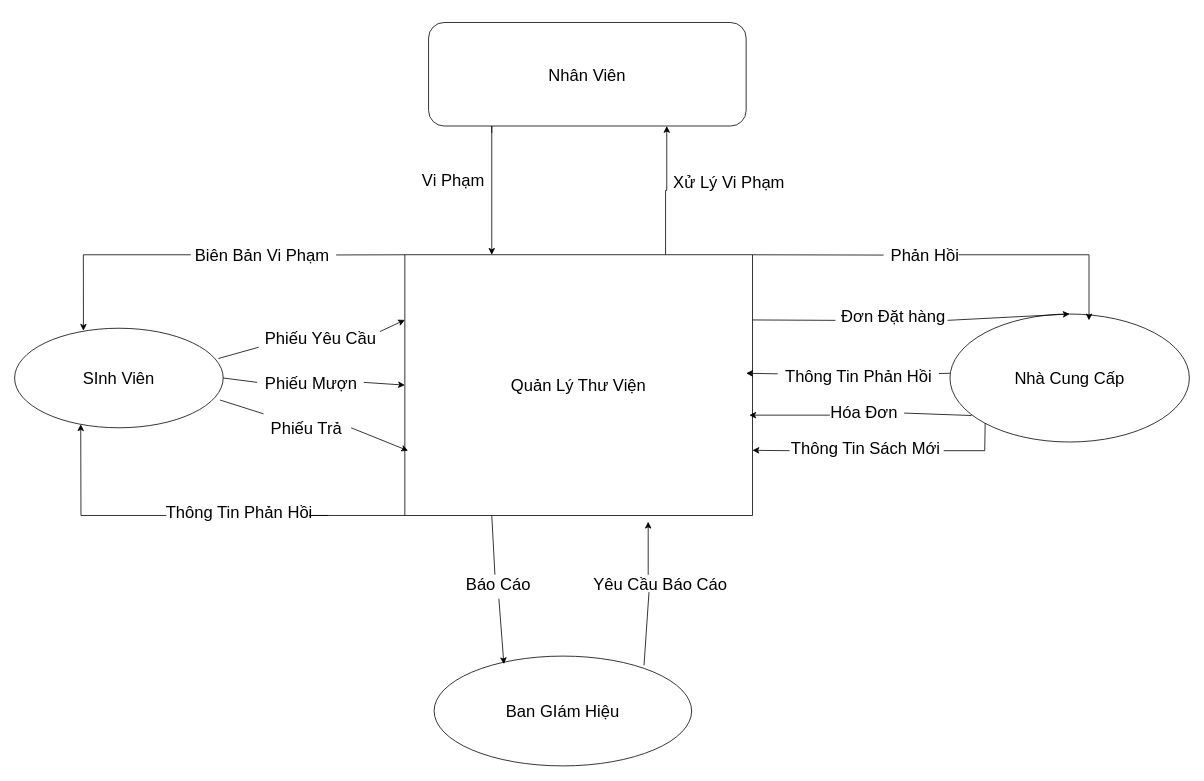
Earlier version of the draw.io diagram Biểu đồ không có tiêu đề.drawio (Ngoxuanquy/PHP). Source tidied: cells renumbered, new cells numbered last; positions are measured from the earlier drawing's top-left corner, leaving out a move shared by most shapes. Both pictures are drawn from the tidied source at 79%, with x=0, y=0 at pixel (14, 22).
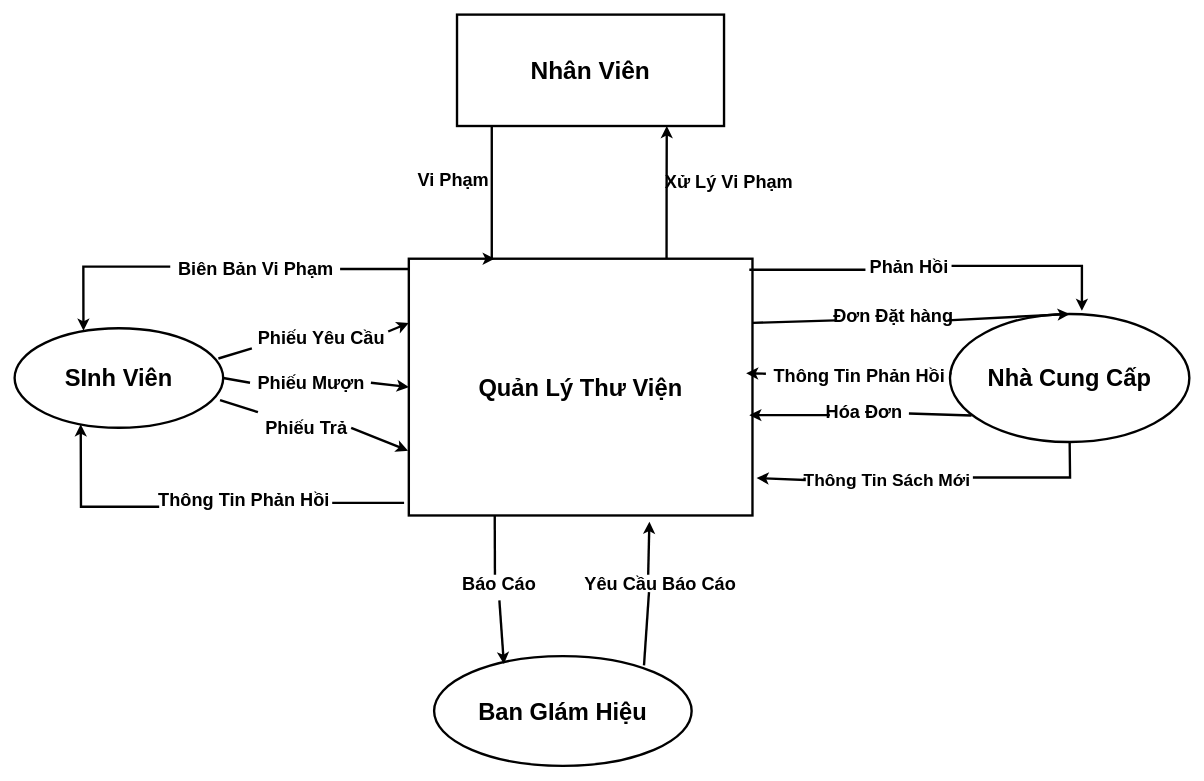
The same page after the edit.

Change to the diagram source:
```diff
@@
-    <mxCell id="2" style="edgeStyle=orthogonalEdgeStyle;rounded=0;jettySize=auto;html=1;exitX=0.75;exitY=0;exitDx=0;exitDy=0;entryX=0.75;entryY=1;entryDx=0;entryDy=0;fontSize=21;" parent="1" edge="1" source="3" target="5">
-      <mxGeometry relative="1" as="geometry" />
+    <mxCell id="2" style="edgeStyle=orthogonalEdgeStyle;rounded=0;jettySize=auto;html=1;exitX=0.75;exitY=0;exitDx=0;exitDy=0;entryX=0.75;entryY=1;entryDx=0;entryDy=0;fontSize=21;strokeWidth=3;" parent="1" edge="1" source="3">
+      <mxGeometry relative="1" as="geometry">
+        <mxPoint x="825.5" y="131" as="targetPoint" />
+      </mxGeometry>
     </mxCell>
-    <mxCell id="3" value="Quản Lý Thư Viện" style="rounded=0;whiteSpace=wrap;html=1;fontSize=21;" parent="1" vertex="1">
-      <mxGeometry x="494" y="294" width="440" height="330" as="geometry" />
+    <mxCell id="3" value="&lt;b&gt;&lt;font style=&quot;font-size: 30px;&quot;&gt;Quản Lý Thư Viện&lt;/font&gt;&lt;/b&gt;" style="rounded=0;whiteSpace=wrap;html=1;fontSize=21;strokeWidth=3;" parent="1" vertex="1">
+      <mxGeometry x="499" y="299" width="435" height="325" as="geometry" />
     </mxCell>
-    <mxCell id="4" style="edgeStyle=orthogonalEdgeStyle;rounded=0;jettySize=auto;html=1;fontSize=21;entryX=0.25;entryY=0;entryDx=0;entryDy=0;" parent="1" edge="1" target="3">
+    <mxCell id="4" style="edgeStyle=orthogonalEdgeStyle;rounded=0;jettySize=auto;html=1;fontSize=21;entryX=0.25;entryY=0;entryDx=0;entryDy=0;strokeWidth=3;" parent="1" edge="1" target="3">
       <mxGeometry relative="1" as="geometry">
         <mxPoint x="604" y="140" as="sourcePoint" />
         <Array as="points">
           <mxPoint x="604" y="124" />
           <mxPoint x="604" y="124" />
         </Array>
       </mxGeometry>
     </mxCell>
-    <mxCell id="5" value="Nhân Viên" style="rounded=1;whiteSpace=wrap;html=1;fontSize=21;" parent="1" vertex="1">
-      <mxGeometry x="524" width="402" height="131" as="geometry" />
-    </mxCell>
-    <mxCell id="6" value="SInh Viên" style="ellipse;whiteSpace=wrap;html=1;fontSize=21;" parent="1" vertex="1">
+    <mxCell id="6" value="&lt;font style=&quot;font-size: 30px;&quot;&gt;&lt;b&gt;SInh Viên&lt;/b&gt;&lt;/font&gt;" style="ellipse;whiteSpace=wrap;html=1;fontSize=21;strokeWidth=3;" parent="1" vertex="1">
       <mxGeometry y="387" width="264" height="126" as="geometry" />
     </mxCell>
-    <mxCell id="7" value="Nhà Cung Cấp" style="ellipse;whiteSpace=wrap;html=1;fontSize=21;" parent="1" vertex="1">
+    <mxCell id="7" value="&lt;b&gt;&lt;font style=&quot;font-size: 30px;&quot;&gt;Nhà Cung Cấp&lt;/font&gt;&lt;/b&gt;" style="ellipse;whiteSpace=wrap;html=1;fontSize=21;strokeWidth=3;" parent="1" vertex="1">
       <mxGeometry x="1184" y="369" width="303" height="162" as="geometry" />
     </mxCell>
-    <mxCell id="8" value="Ban GIám Hiệu" style="ellipse;whiteSpace=wrap;html=1;fontSize=21;" parent="1" vertex="1">
+    <mxCell id="8" value="&lt;font style=&quot;font-size: 30px;&quot;&gt;&lt;b&gt;Ban GIám Hiệu&lt;/b&gt;&lt;/font&gt;" style="ellipse;whiteSpace=wrap;html=1;fontSize=21;strokeWidth=3;" parent="1" vertex="1">
       <mxGeometry x="531" y="802" width="326" height="139" as="geometry" />
     </mxCell>
-    <mxCell id="9" style="endArrow=classic;html=1;rounded=0;fontSize=21;entryX=0;entryY=0.5;entryDx=0;entryDy=0;exitX=1;exitY=0.5;exitDx=0;exitDy=0;startArrow=none;" parent="1" edge="1" source="44" target="3">
+    <mxCell id="9" style="endArrow=classic;html=1;rounded=0;fontSize=21;entryX=0;entryY=0.5;entryDx=0;entryDy=0;exitX=1;exitY=0.5;exitDx=0;exitDy=0;startArrow=none;strokeWidth=3;" parent="1" edge="1" source="44" target="3">
       <mxGeometry relative="1" as="geometry" />
     </mxCell>
-    <mxCell id="10" style="endArrow=classic;html=1;rounded=0;fontSize=21;exitX=0.977;exitY=0.304;exitDx=0;exitDy=0;exitPerimeter=0;entryX=0;entryY=0.25;entryDx=0;entryDy=0;startArrow=none;" parent="1" edge="1" source="42" target="3">
+    <mxCell id="10" style="endArrow=classic;html=1;rounded=0;fontSize=21;exitX=0.977;exitY=0.304;exitDx=0;exitDy=0;exitPerimeter=0;entryX=0;entryY=0.25;entryDx=0;entryDy=0;startArrow=none;strokeWidth=3;" parent="1" edge="1" source="42" target="3">
       <mxGeometry relative="1" as="geometry" />
     </mxCell>
-    <mxCell id="11" style="endArrow=classic;html=1;rounded=0;fontSize=21;startArrow=none;" parent="1" edge="1">
+    <mxCell id="11" style="endArrow=classic;html=1;rounded=0;fontSize=21;startArrow=none;strokeWidth=3;" parent="1" edge="1">
       <mxGeometry relative="1" as="geometry">
         <mxPoint x="426" y="513" as="sourcePoint" />
         <mxPoint x="498" y="542" as="targetPoint" />
       </mxGeometry>
     </mxCell>
-    <mxCell id="12" style="endArrow=classic;html=1;rounded=0;fontSize=21;entryX=0.5;entryY=0;entryDx=0;entryDy=0;startArrow=none;" parent="1" edge="1" target="7">
+    <mxCell id="12" style="endArrow=classic;html=1;rounded=0;fontSize=21;entryX=0.5;entryY=0;entryDx=0;entryDy=0;startArrow=none;strokeWidth=3;" parent="1" edge="1" target="7">
       <mxGeometry relative="1" as="geometry">
         <mxPoint x="1181" y="377" as="sourcePoint" />
       </mxGeometry>
     </mxCell>
-    <mxCell id="13" style="endArrow=classic;html=1;rounded=0;fontSize=21;exitX=0.51;exitY=1.011;exitDx=0;exitDy=0;entryX=0.271;entryY=0.073;entryDx=0;entryDy=0;entryPerimeter=0;startArrow=none;exitPerimeter=0;" parent="1" edge="1" source="34" target="8">
+    <mxCell id="13" style="endArrow=classic;html=1;rounded=0;fontSize=21;exitX=0.51;exitY=1.011;exitDx=0;exitDy=0;entryX=0.271;entryY=0.073;entryDx=0;entryDy=0;entryPerimeter=0;startArrow=none;exitPerimeter=0;strokeWidth=3;" parent="1" edge="1" source="34" target="8">
       <mxGeometry relative="1" as="geometry" />
     </mxCell>
-    <mxCell id="14" style="endArrow=classic;html=1;rounded=0;fontSize=21;entryX=0.7;entryY=1.024;entryDx=0;entryDy=0;startArrow=none;entryPerimeter=0;" parent="1" edge="1" target="3">
+    <mxCell id="14" style="endArrow=classic;html=1;rounded=0;fontSize=21;entryX=0.7;entryY=1.024;entryDx=0;entryDy=0;startArrow=none;entryPerimeter=0;strokeWidth=3;" parent="1" edge="1" target="3">
       <mxGeometry relative="1" as="geometry">
         <mxPoint x="802" y="699" as="sourcePoint" />
       </mxGeometry>
     </mxCell>
-    <mxCell id="15" style="endArrow=classic;html=1;rounded=0;fontSize=21;startArrow=none;" parent="1" edge="1" source="26">
+    <mxCell id="15" style="endArrow=classic;html=1;rounded=0;fontSize=21;startArrow=none;strokeWidth=3;" parent="1" edge="1" source="26">
       <mxGeometry relative="1" as="geometry">
         <mxPoint x="926" y="444" as="targetPoint" />
       </mxGeometry>
     </mxCell>
-    <mxCell id="16" style="endArrow=classic;html=1;rounded=0;fontSize=21;startArrow=none;" parent="1" edge="1">
+    <mxCell id="16" style="endArrow=classic;html=1;rounded=0;fontSize=21;startArrow=none;strokeWidth=3;" parent="1" edge="1">
       <mxGeometry relative="1" as="geometry">
         <mxPoint x="1032" y="497" as="sourcePoint" />
         <mxPoint x="930" y="497" as="targetPoint" />
       </mxGeometry>
     </mxCell>
-    <mxCell id="17" style="endArrow=classic;html=1;rounded=0;fontSize=21;entryX=1;entryY=0.75;entryDx=0;entryDy=0;startArrow=none;" parent="1" edge="1" target="3">
+    <mxCell id="17" style="endArrow=classic;html=1;rounded=0;fontSize=21;entryX=1.012;entryY=0.854;entryDx=0;entryDy=0;startArrow=none;strokeWidth=3;entryPerimeter=0;" parent="1" edge="1" target="3">
       <mxGeometry relative="1" as="geometry">
-        <mxPoint x="981" y="542" as="sourcePoint" />
+        <mxPoint x="1000" y="576" as="sourcePoint" />
+        <Array as="points">
+          <mxPoint x="1000" y="579" />
+        </Array>
       </mxGeometry>
     </mxCell>
-    <mxCell id="18" style="endArrow=classic;html=1;rounded=0;fontSize=21;startArrow=none;" parent="1" edge="1">
+    <mxCell id="18" style="endArrow=classic;html=1;rounded=0;fontSize=21;startArrow=none;strokeWidth=3;" parent="1" edge="1">
       <mxGeometry relative="1" as="geometry">
-        <mxPoint x="1195" y="294" as="sourcePoint" />
-        <mxPoint x="1360" y="377" as="targetPoint" />
+        <mxPoint x="1186" y="308" as="sourcePoint" />
+        <mxPoint x="1351" y="365" as="targetPoint" />
         <Array as="points">
-          <mxPoint x="1360" y="294" />
+          <mxPoint x="1351" y="308" />
         </Array>
       </mxGeometry>
     </mxCell>
-    <mxCell id="19" style="endArrow=classic;html=1;rounded=0;fontSize=21;entryX=0.33;entryY=0.025;entryDx=0;entryDy=0;entryPerimeter=0;startArrow=none;" parent="1" edge="1" target="6">
+    <mxCell id="19" style="endArrow=classic;html=1;rounded=0;fontSize=21;entryX=0.33;entryY=0.025;entryDx=0;entryDy=0;entryPerimeter=0;startArrow=none;strokeWidth=3;" parent="1" edge="1" target="6">
       <mxGeometry relative="1" as="geometry">
-        <mxPoint x="223" y="294" as="sourcePoint" />
+        <mxPoint x="197" y="309" as="sourcePoint" />
         <Array as="points">
-          <mxPoint x="87" y="294" />
+          <mxPoint x="139" y="309" />
+          <mxPoint x="87" y="309" />
         </Array>
       </mxGeometry>
     </mxCell>
-    <mxCell id="20" style="endArrow=classic;html=1;rounded=0;fontSize=21;entryX=0.317;entryY=0.965;entryDx=0;entryDy=0;entryPerimeter=0;startArrow=none;" parent="1" edge="1" target="6">
+    <mxCell id="20" style="endArrow=classic;html=1;rounded=0;fontSize=21;entryX=0.317;entryY=0.965;entryDx=0;entryDy=0;entryPerimeter=0;startArrow=none;strokeWidth=3;" parent="1" edge="1" target="6">
       <mxGeometry relative="1" as="geometry">
-        <mxPoint x="192" y="624" as="sourcePoint" />
+        <mxPoint x="183" y="613" as="sourcePoint" />
         <Array as="points">
-          <mxPoint x="84" y="624" />
+          <mxPoint x="84" y="613" />
         </Array>
       </mxGeometry>
     </mxCell>
-    <mxCell id="21" value="Xử Lý Vi Phạm" style="text;html=1;align=center;verticalAlign=middle;strokeColor=none;fillColor=none;fontSize=21;" parent="1" vertex="1">
-      <mxGeometry x="824" y="183" width="159" height="37" as="geometry" />
+    <mxCell id="21" value="Xử Lý Vi Phạm" style="text;html=1;align=center;verticalAlign=middle;strokeColor=none;fillColor=none;fontSize=23;strokeWidth=3;fontStyle=1;" parent="1" vertex="1">
+      <mxGeometry x="814" y="182" width="180" height="40" as="geometry" />
     </mxCell>
-    <mxCell id="22" value="Vi Phạm" style="text;html=1;align=center;verticalAlign=middle;strokeColor=none;fillColor=none;fontSize=21;" parent="1" vertex="1">
-      <mxGeometry x="506" y="180" width="97" height="37" as="geometry" />
+    <mxCell id="22" value="Vi Phạm" style="text;html=1;align=center;verticalAlign=middle;strokeColor=none;fillColor=none;fontSize=23;strokeWidth=3;fontStyle=1;" parent="1" vertex="1">
+      <mxGeometry x="501" y="180" width="108" height="40" as="geometry" />
     </mxCell>
-    <mxCell id="23" style="endArrow=none;html=1;rounded=0;fontSize=21;exitX=0.09;exitY=0.793;exitDx=0;exitDy=0;exitPerimeter=0;" parent="1" edge="1" source="7" target="24">
+    <mxCell id="23" style="endArrow=none;html=1;rounded=0;fontSize=21;exitX=0.09;exitY=0.793;exitDx=0;exitDy=0;exitPerimeter=0;strokeWidth=3;" parent="1" edge="1" source="7" target="24">
       <mxGeometry relative="1" as="geometry" />
     </mxCell>
-    <mxCell id="24" value="Hóa Đơn" style="text;html=1;align=center;verticalAlign=middle;points=[];strokeColor=none;fillColor=none;fontSize=21;" parent="1" vertex="1">
-      <mxGeometry x="1023" y="474" width="103" height="37" as="geometry" />
+    <mxCell id="24" value="Hóa Đơn" style="text;html=1;align=center;verticalAlign=middle;points=[];strokeColor=none;fillColor=none;fontSize=23;strokeWidth=3;fontStyle=1;" parent="1" vertex="1">
+      <mxGeometry x="1017" y="473" width="115" height="40" as="geometry" />
     </mxCell>
-    <mxCell id="25" style="endArrow=none;html=1;rounded=0;fontSize=21;" parent="1" edge="1" target="26">
+    <mxCell id="25" style="endArrow=none;html=1;rounded=0;fontSize=21;strokeWidth=3;" parent="1" edge="1" target="26">
       <mxGeometry relative="1" as="geometry">
         <mxPoint x="1184" y="444" as="sourcePoint" />
       </mxGeometry>
     </mxCell>
-    <mxCell id="26" value="Thông Tin Phản Hồi" style="text;html=1;align=center;verticalAlign=middle;points=[];strokeColor=none;fillColor=none;fontSize=21;" parent="1" vertex="1">
-      <mxGeometry x="966" y="428" width="204" height="37" as="geometry" />
+    <mxCell id="26" value="Thông Tin Phản Hồi" style="text;html=1;align=center;verticalAlign=middle;points=[];strokeColor=none;fillColor=none;fontSize=23;strokeWidth=3;fontStyle=1;" parent="1" vertex="1">
+      <mxGeometry x="951" y="427" width="235" height="40" as="geometry" />
     </mxCell>
-    <mxCell id="27" style="endArrow=none;html=1;rounded=0;fontSize=21;exitX=0;exitY=1;exitDx=0;exitDy=0;" parent="1" edge="1" source="7">
+    <mxCell id="27" style="endArrow=none;html=1;rounded=0;fontSize=21;exitX=0.5;exitY=1;exitDx=0;exitDy=0;strokeWidth=3;" parent="1" edge="1" source="7">
       <mxGeometry relative="1" as="geometry">
-        <mxPoint x="1176" y="542" as="targetPoint" />
+        <mxPoint x="1213" y="576" as="targetPoint" />
         <Array as="points">
-          <mxPoint x="1228" y="542" />
+          <mxPoint x="1336" y="576" />
         </Array>
       </mxGeometry>
     </mxCell>
-    <mxCell id="28" value="Thông Tin Sách Mới" style="text;html=1;align=center;verticalAlign=middle;strokeColor=none;fillColor=none;fontSize=21;" parent="1" vertex="1">
-      <mxGeometry x="973" y="520" width="207" height="37" as="geometry" />
+    <mxCell id="28" value="&lt;font style=&quot;font-size: 22px;&quot;&gt;&lt;b&gt;Thông Tin Sách Mới&lt;/b&gt;&lt;/font&gt;" style="text;html=1;align=center;verticalAlign=middle;strokeColor=none;fillColor=none;fontSize=26;strokeWidth=3;" parent="1" vertex="1">
+      <mxGeometry x="989" y="556" width="229" height="43" as="geometry" />
     </mxCell>
-    <mxCell id="29" style="endArrow=none;html=1;rounded=0;fontSize=21;exitX=1;exitY=0;exitDx=0;exitDy=0;" parent="1" edge="1" source="3" target="30">
-      <mxGeometry relative="1" as="geometry" />
+    <mxCell id="29" style="endArrow=none;html=1;rounded=0;fontSize=21;strokeWidth=3;" parent="1" edge="1">
+      <mxGeometry relative="1" as="geometry">
+        <mxPoint x="930" y="313" as="sourcePoint" />
+        <mxPoint x="1077" y="313" as="targetPoint" />
+      </mxGeometry>
     </mxCell>
-    <mxCell id="30" value="Phản Hồi" style="text;html=1;align=center;verticalAlign=middle;points=[];strokeColor=none;fillColor=none;fontSize=21;" parent="1" vertex="1">
-      <mxGeometry x="1100" y="276" width="104" height="37" as="geometry" />
+    <mxCell id="30" value="&lt;font style=&quot;font-size: 23px;&quot;&gt;&lt;b&gt;Phản Hồi&lt;/b&gt;&lt;/font&gt;" style="text;html=1;align=center;verticalAlign=middle;points=[];strokeColor=none;fillColor=none;fontSize=21;strokeWidth=3;" parent="1" vertex="1">
+      <mxGeometry x="1073" y="290" width="118" height="40" as="geometry" />
     </mxCell>
-    <mxCell id="31" style="endArrow=none;html=1;rounded=0;fontSize=21;exitX=1;exitY=0.25;exitDx=0;exitDy=0;" parent="1" edge="1" source="3">
+    <mxCell id="31" style="endArrow=none;html=1;rounded=0;fontSize=21;exitX=1;exitY=0.25;exitDx=0;exitDy=0;strokeWidth=3;" parent="1" edge="1" source="3">
       <mxGeometry relative="1" as="geometry">
         <mxPoint x="1039" y="377" as="targetPoint" />
       </mxGeometry>
     </mxCell>
-    <mxCell id="32" value="Đơn Đặt hàng" style="text;html=1;align=center;verticalAlign=middle;strokeColor=none;fillColor=none;fontSize=21;" parent="1" vertex="1">
-      <mxGeometry x="1037" y="352" width="150" height="37" as="geometry" />
+    <mxCell id="32" value="&lt;font style=&quot;font-size: 23px;&quot;&gt;&lt;b&gt;Đơn Đặt hàng&lt;/b&gt;&lt;/font&gt;" style="text;html=1;align=center;verticalAlign=middle;strokeColor=none;fillColor=none;fontSize=21;strokeWidth=3;" parent="1" vertex="1">
+      <mxGeometry x="1027" y="351" width="170" height="40" as="geometry" />
     </mxCell>
-    <mxCell id="33" style="endArrow=none;html=1;rounded=0;fontSize=21;exitX=0.25;exitY=1;exitDx=0;exitDy=0;" parent="1" edge="1" source="3">
+    <mxCell id="33" style="endArrow=none;html=1;rounded=0;fontSize=21;exitX=0.25;exitY=1;exitDx=0;exitDy=0;strokeWidth=3;" parent="1" edge="1" source="3">
       <mxGeometry relative="1" as="geometry">
         <mxPoint x="608" y="699" as="targetPoint" />
       </mxGeometry>
     </mxCell>
-    <mxCell id="34" value="Báo Cáo" style="text;html=1;align=center;verticalAlign=middle;points=[];strokeColor=none;fillColor=none;fontSize=21;" parent="1" vertex="1">
-      <mxGeometry x="562" y="692" width="100" height="37" as="geometry" />
+    <mxCell id="34" value="Báo Cáo" style="text;html=1;align=center;verticalAlign=middle;points=[];strokeColor=none;fillColor=none;fontSize=23;strokeWidth=3;fontStyle=1;" parent="1" vertex="1">
+      <mxGeometry x="557" y="691" width="111" height="40" as="geometry" />
     </mxCell>
-    <mxCell id="35" style="endArrow=none;html=1;rounded=0;fontSize=21;exitX=0.815;exitY=0.085;exitDx=0;exitDy=0;exitPerimeter=0;" parent="1" edge="1" source="8">
+    <mxCell id="35" style="endArrow=none;html=1;rounded=0;fontSize=21;exitX=0.815;exitY=0.085;exitDx=0;exitDy=0;exitPerimeter=0;strokeWidth=3;" parent="1" edge="1" source="8">
       <mxGeometry relative="1" as="geometry">
         <mxPoint x="803" y="721" as="targetPoint" />
       </mxGeometry>
     </mxCell>
-    <mxCell id="36" value="Yêu Cầu Báo Cáo" style="text;html=1;align=center;verticalAlign=middle;strokeColor=none;fillColor=none;fontSize=21;" parent="1" vertex="1">
-      <mxGeometry x="723" y="692" width="187" height="37" as="geometry" />
+    <mxCell id="36" value="Yêu Cầu Báo Cáo" style="text;html=1;align=center;verticalAlign=middle;strokeColor=none;fillColor=none;fontSize=23;strokeWidth=3;fontStyle=1;" parent="1" vertex="1">
+      <mxGeometry x="712" y="691" width="210" height="40" as="geometry" />
     </mxCell>
-    <mxCell id="37" style="endArrow=none;html=1;rounded=0;fontSize=21;exitX=0;exitY=0;exitDx=0;exitDy=0;" parent="1" edge="1" source="3" target="38">
-      <mxGeometry relative="1" as="geometry" />
+    <mxCell id="37" style="endArrow=none;html=1;rounded=0;fontSize=21;strokeWidth=3;" parent="1" edge="1" target="38">
+      <mxGeometry relative="1" as="geometry">
+        <mxPoint x="498" y="312" as="sourcePoint" />
+      </mxGeometry>
     </mxCell>
-    <mxCell id="38" value="Biên Bản Vi Phạm" style="text;html=1;align=center;verticalAlign=middle;points=[];strokeColor=none;fillColor=none;fontSize=21;" parent="1" vertex="1">
-      <mxGeometry x="219" y="276" width="188" height="37" as="geometry" />
+    <mxCell id="38" value="&lt;font style=&quot;font-size: 23px;&quot;&gt;&lt;b&gt;Biên Bản Vi Phạm&lt;/b&gt;&lt;/font&gt;" style="text;html=1;align=center;verticalAlign=middle;points=[];strokeColor=none;fillColor=none;fontSize=21;strokeWidth=3;" parent="1" vertex="1">
+      <mxGeometry x="198" y="292" width="214" height="40" as="geometry" />
     </mxCell>
-    <mxCell id="39" style="endArrow=none;html=1;rounded=0;fontSize=21;exitX=0;exitY=1;exitDx=0;exitDy=0;" parent="1" edge="1" source="3">
+    <mxCell id="39" style="endArrow=none;html=1;rounded=0;fontSize=21;strokeWidth=3;" parent="1" edge="1">
       <mxGeometry relative="1" as="geometry">
-        <mxPoint x="397" y="624" as="targetPoint" />
-        <Array as="points">
-          <mxPoint x="373" y="624" />
-        </Array>
+        <mxPoint x="493" y="608" as="sourcePoint" />
+        <mxPoint x="402" y="608" as="targetPoint" />
       </mxGeometry>
     </mxCell>
-    <mxCell id="40" value="Thông Tin Phản Hồi" style="text;html=1;align=center;verticalAlign=middle;strokeColor=none;fillColor=none;fontSize=21;" parent="1" vertex="1">
-      <mxGeometry x="182" y="601" width="204" height="37" as="geometry" />
+    <mxCell id="40" value="&lt;font style=&quot;font-size: 23px;&quot;&gt;&lt;b&gt;Thông Tin Phản Hồi&lt;/b&gt;&lt;/font&gt;" style="text;html=1;align=center;verticalAlign=middle;strokeColor=none;fillColor=none;fontSize=21;strokeWidth=3;" parent="1" vertex="1">
+      <mxGeometry x="172" y="584" width="235" height="40" as="geometry" />
     </mxCell>
-    <mxCell id="41" style="endArrow=none;html=1;rounded=0;fontSize=21;exitX=0.977;exitY=0.304;exitDx=0;exitDy=0;exitPerimeter=0;entryX=0.013;entryY=0.838;entryDx=0;entryDy=0;entryPerimeter=0;" parent="1" edge="1" source="6" target="42">
+    <mxCell id="41" style="endArrow=none;html=1;rounded=0;fontSize=21;exitX=0.977;exitY=0.304;exitDx=0;exitDy=0;exitPerimeter=0;entryX=0.013;entryY=0.838;entryDx=0;entryDy=0;entryPerimeter=0;strokeWidth=3;" parent="1" edge="1" source="6" target="42">
       <mxGeometry relative="1" as="geometry" />
     </mxCell>
-    <mxCell id="42" value="Phiếu Yêu Cầu" style="text;html=1;align=center;verticalAlign=middle;points=[];strokeColor=none;fillColor=none;fontSize=21;" parent="1" vertex="1">
-      <mxGeometry x="307" y="380" width="159" height="37" as="geometry" />
+    <mxCell id="42" value="Phiếu Yêu Cầu" style="text;html=1;align=center;verticalAlign=middle;points=[];strokeColor=none;fillColor=none;fontSize=23;strokeWidth=3;fontStyle=1;" parent="1" vertex="1">
+      <mxGeometry x="298" y="379" width="179" height="40" as="geometry" />
     </mxCell>
-    <mxCell id="43" style="endArrow=none;html=1;rounded=0;fontSize=21;entryX=0;entryY=0.5;entryDx=0;entryDy=0;exitX=1;exitY=0.5;exitDx=0;exitDy=0;" parent="1" edge="1" source="6" target="44">
+    <mxCell id="43" style="endArrow=none;html=1;rounded=0;fontSize=21;entryX=0;entryY=0.5;entryDx=0;entryDy=0;exitX=1;exitY=0.5;exitDx=0;exitDy=0;strokeWidth=3;" parent="1" edge="1" source="6" target="44">
       <mxGeometry relative="1" as="geometry" />
     </mxCell>
-    <mxCell id="44" value="Phiếu Mượn" style="text;html=1;align=center;verticalAlign=middle;points=[];strokeColor=none;fillColor=none;fontSize=21;" parent="1" vertex="1">
-      <mxGeometry x="307" y="437" width="135" height="37" as="geometry" />
+    <mxCell id="44" value="&lt;font style=&quot;font-size: 23px;&quot;&gt;&lt;b&gt;Phiếu Mượn&lt;/b&gt;&lt;/font&gt;" style="text;html=1;align=center;verticalAlign=middle;points=[];strokeColor=none;fillColor=none;fontSize=21;strokeWidth=3;" parent="1" vertex="1">
+      <mxGeometry x="298" y="436" width="153" height="40" as="geometry" />
     </mxCell>
-    <mxCell id="45" style="endArrow=none;html=1;rounded=0;fontSize=21;exitX=0.985;exitY=0.721;exitDx=0;exitDy=0;exitPerimeter=0;" parent="1" edge="1" source="6" target="46">
+    <mxCell id="45" style="endArrow=none;html=1;rounded=0;fontSize=21;exitX=0.985;exitY=0.721;exitDx=0;exitDy=0;exitPerimeter=0;strokeWidth=3;" parent="1" edge="1" source="6" target="46">
       <mxGeometry relative="1" as="geometry" />
     </mxCell>
-    <mxCell id="46" value="Phiếu Trả" style="text;html=1;align=center;verticalAlign=middle;points=[];strokeColor=none;fillColor=none;fontSize=21;" parent="1" vertex="1">
-      <mxGeometry x="315" y="494" width="108" height="37" as="geometry" />
+    <mxCell id="46" value="Phiếu Trả" style="text;html=1;align=center;verticalAlign=middle;points=[];strokeColor=none;fillColor=none;fontSize=23;strokeWidth=3;fontStyle=1;" parent="1" vertex="1">
+      <mxGeometry x="308" y="493" width="122" height="40" as="geometry" />
     </mxCell>
+    <mxCell id="5" value="&lt;b&gt;&lt;font style=&quot;font-size: 31px;&quot;&gt;Nhân Viên&lt;/font&gt;&lt;/b&gt;" style="rounded=0;whiteSpace=wrap;html=1;strokeWidth=3;fontSize=28;" parent="1" vertex="1">
+      <mxGeometry x="560" y="-10" width="338" height="141" as="geometry" />
+    </mxCell>
```
